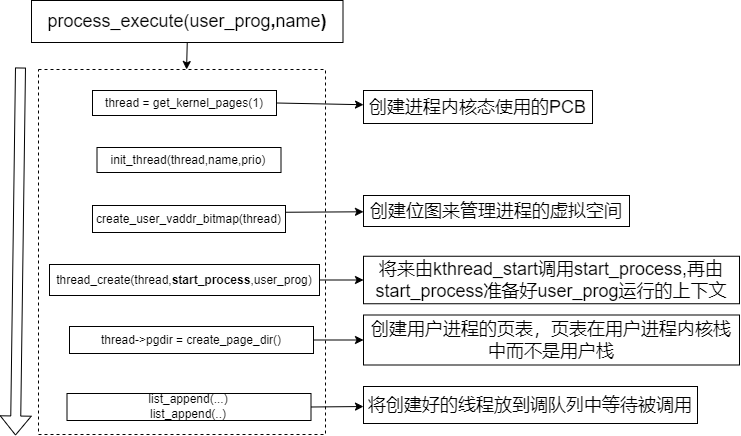
The draw.io diagram OS/实现用户线程.drawio.png in SixPlusAndTimes/drawio, before a commit. Source tidied: cells renumbered, new cells last; positions are measured from the earlier drawing's top-left corner, leaving out a move shared by most shapes.
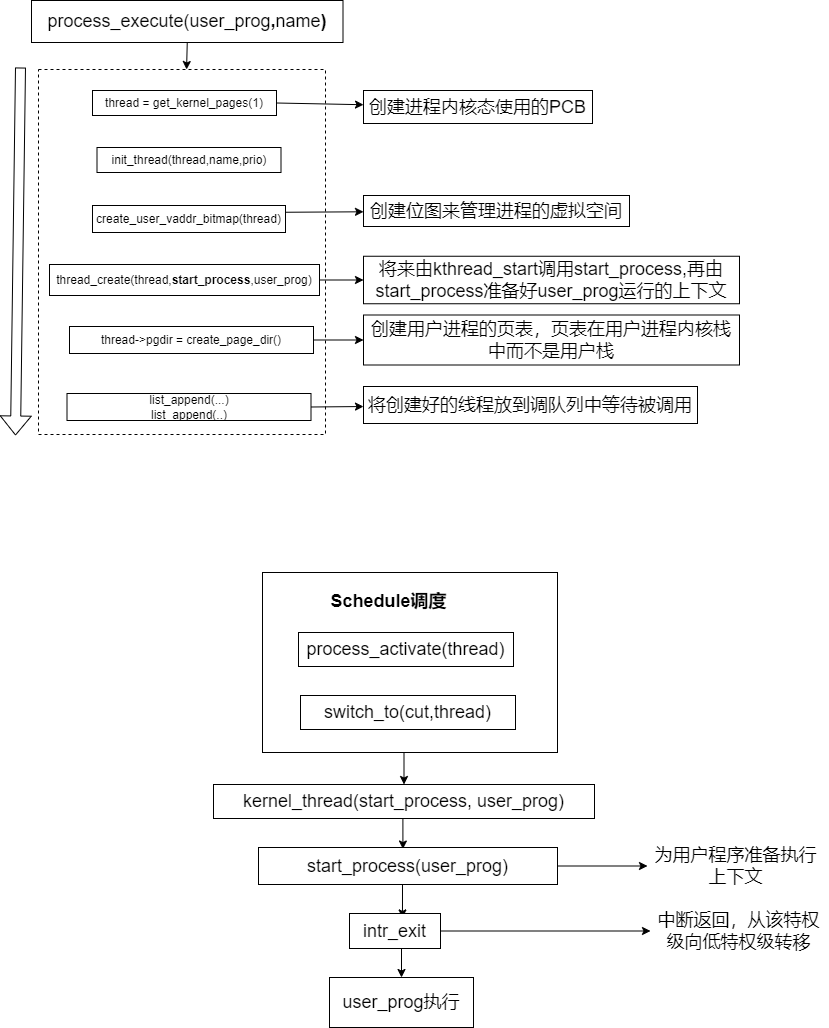
After the commit.

Commit message:
Update 实现用户线程.drawio.png

Change to the diagram source:
```diff
@@ -65,5 +65,53 @@
     <mxCell id="21" value="将创建好的线程放到调队列中等待被调用" style="rounded=0;whiteSpace=wrap;html=1;fontSize=18;" parent="1" vertex="1">
       <mxGeometry x="348" y="386" width="334" height="37" as="geometry" />
     </mxCell>
+    <mxCell id="22" style="edgeStyle=orthogonalEdgeStyle;rounded=0;jettySize=auto;html=1;exitX=0.5;exitY=1;exitDx=0;exitDy=0;entryX=0.5;entryY=0;entryDx=0;entryDy=0;fontSize=18;" parent="1" edge="1" source="23" target="28">
+      <mxGeometry relative="1" as="geometry" />
+    </mxCell>
+    <mxCell id="23" style="rounded=0;whiteSpace=wrap;html=1;" parent="1" vertex="1">
+      <mxGeometry x="247" y="572" width="295" height="180" as="geometry" />
+    </mxCell>
+    <mxCell id="24" value="&lt;b&gt;&lt;font style=&quot;font-size: 18px;&quot;&gt;Schedule调度&lt;/font&gt;&lt;/b&gt;" style="text;html=1;strokeColor=none;fillColor=none;align=center;verticalAlign=middle;whiteSpace=wrap;rounded=0;" parent="1" vertex="1">
+      <mxGeometry x="298" y="588" width="151" height="25" as="geometry" />
+    </mxCell>
+    <mxCell id="25" value="process_activate(thread)" style="rounded=0;whiteSpace=wrap;html=1;fontSize=18;" parent="1" vertex="1">
+      <mxGeometry x="283" y="632" width="215" height="34" as="geometry" />
+    </mxCell>
+    <mxCell id="26" value="switch_to(cut,thread)" style="rounded=0;whiteSpace=wrap;html=1;fontSize=18;" parent="1" vertex="1">
+      <mxGeometry x="285" y="695" width="215" height="34" as="geometry" />
+    </mxCell>
+    <mxCell id="27" style="edgeStyle=orthogonalEdgeStyle;rounded=0;jettySize=auto;html=1;exitX=0.5;exitY=1;exitDx=0;exitDy=0;entryX=0.483;entryY=0.041;entryDx=0;entryDy=0;entryPerimeter=0;fontSize=18;" parent="1" edge="1" source="28" target="31">
+      <mxGeometry relative="1" as="geometry" />
+    </mxCell>
+    <mxCell id="28" value="kernel_thread(start_process, user_prog)" style="rounded=0;whiteSpace=wrap;html=1;fontSize=18;" parent="1" vertex="1">
+      <mxGeometry x="198" y="784" width="381" height="34" as="geometry" />
+    </mxCell>
+    <mxCell id="29" style="edgeStyle=orthogonalEdgeStyle;rounded=0;jettySize=auto;html=1;exitX=0.5;exitY=1;exitDx=0;exitDy=0;entryX=0.582;entryY=0.126;entryDx=0;entryDy=0;entryPerimeter=0;fontSize=18;" parent="1" edge="1" source="31" target="34">
+      <mxGeometry relative="1" as="geometry" />
+    </mxCell>
+    <mxCell id="30" style="edgeStyle=orthogonalEdgeStyle;rounded=0;jettySize=auto;html=1;exitX=1;exitY=0.5;exitDx=0;exitDy=0;fontSize=18;" parent="1" edge="1" source="31" target="37">
+      <mxGeometry relative="1" as="geometry" />
+    </mxCell>
+    <mxCell id="31" value="start_process(user_prog)" style="rounded=0;whiteSpace=wrap;html=1;fontSize=18;" parent="1" vertex="1">
+      <mxGeometry x="243" y="847" width="299" height="37" as="geometry" />
+    </mxCell>
+    <mxCell id="32" style="edgeStyle=orthogonalEdgeStyle;rounded=0;jettySize=auto;html=1;exitX=0.5;exitY=1;exitDx=0;exitDy=0;entryX=0.5;entryY=0;entryDx=0;entryDy=0;fontSize=18;" parent="1" edge="1" source="34" target="35">
+      <mxGeometry relative="1" as="geometry" />
+    </mxCell>
+    <mxCell id="33" style="edgeStyle=orthogonalEdgeStyle;rounded=0;jettySize=auto;html=1;exitX=1;exitY=0.5;exitDx=0;exitDy=0;fontSize=18;" parent="1" edge="1" source="34" target="36">
+      <mxGeometry relative="1" as="geometry" />
+    </mxCell>
+    <mxCell id="34" value="intr_exit" style="rounded=0;whiteSpace=wrap;html=1;fontSize=18;" parent="1" vertex="1">
+      <mxGeometry x="334" y="913" width="91" height="35" as="geometry" />
+    </mxCell>
+    <mxCell id="35" value="user_prog执行" style="rounded=0;whiteSpace=wrap;html=1;fontSize=18;" parent="1" vertex="1">
+      <mxGeometry x="314" y="977" width="144" height="50" as="geometry" />
+    </mxCell>
+    <mxCell id="36" value="中断返回，从该特权级向低特权级转移" style="text;html=1;strokeColor=none;fillColor=none;align=center;verticalAlign=middle;whiteSpace=wrap;rounded=0;fontSize=18;" parent="1" vertex="1">
+      <mxGeometry x="635" y="920.5" width="177" height="20" as="geometry" />
+    </mxCell>
+    <mxCell id="37" value="为用户程序准备执行上下文" style="text;html=1;strokeColor=none;fillColor=none;align=center;verticalAlign=middle;whiteSpace=wrap;rounded=0;fontSize=18;" parent="1" vertex="1">
+      <mxGeometry x="632" y="855.5" width="177" height="20" as="geometry" />
+    </mxCell>
   </root>
 </mxGraphModel>
```
